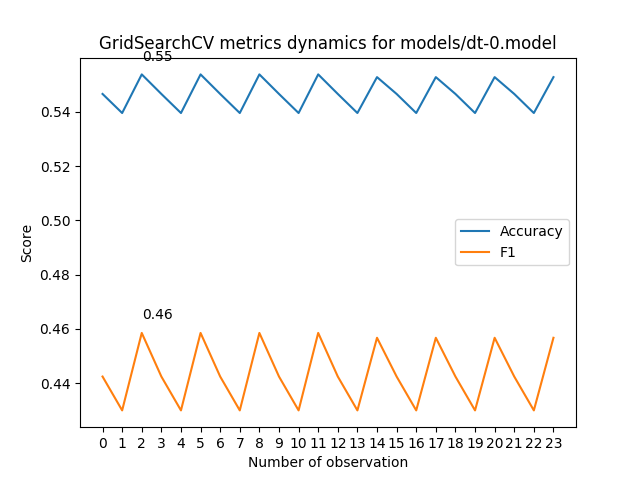
This is models/dt-0.model_metrics.png from AverHLV/diploma-computations, a Graphviz export, as it was before one commit. Its source is kept beside it as models/dt-0.model.dot.
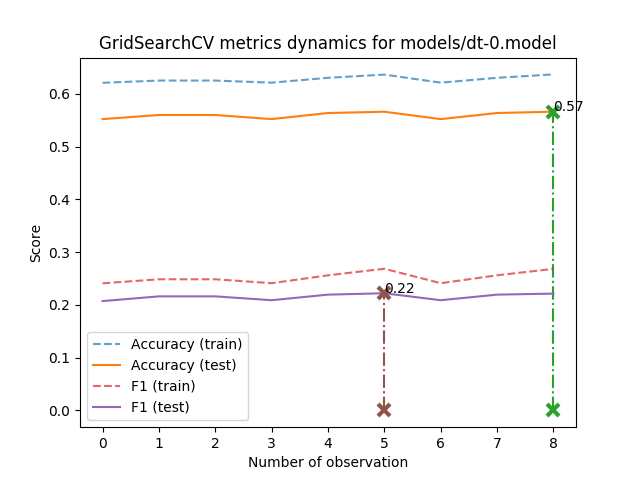
The same diagram one commit later.

Change to the diagram source:
```diff
@@ -1,24 +1,56 @@
 digraph Tree {
 node [shape=box, style="filled", color="black"] ;
-0 [label="Topic <= 0.998\ngini = 0.558\nsamples = 12050\nvalue = [[28, 5120, 715, 4427, 1760]\n[325, 7298, 2446, 793, 1188]\n[150, 6582, 603, 4042, 673]\n...\n[17, 5640, 837, 3933, 1623]\n[8, 142, 67, 43, 11790]\n[18, 2011, 28, 7746, 2247]]", fillcolor="#fdf6f1"] ;
-1 [label="Екогрупа <= -2.261\ngini = 0.543\nsamples = 9284\nvalue = [[24, 4586, 558, 2730, 1386]\n[277, 5756, 1774, 541, 936]\n[127, 5773, 499, 2257, 628]\n...\n[17, 4938, 444, 2522, 1363]\n[7, 120, 39, 33, 9085]\n[17, 1802, 18, 5829, 1618]]", fillcolor="#f9e4d4"] ;
+0 [label="Topic <= 0.998\ngini = 0.558\nsamples = 12050\nvalue = [[27, 5115, 697, 4463, 1748]\n[313, 7307, 2434, 832, 1164]\n[147, 6588, 593, 4038, 684]\n...\n[14, 5666, 817, 3946, 1607]\n[7, 134, 71, 48, 11790]\n[19, 2003, 30, 7761, 2237]]", fillcolor="#fefdfb"] ;
+1 [label="ОБ <= -0.369\ngini = 0.543\nsamples = 9275\nvalue = [[23, 4593, 551, 2731, 1377]\n[268, 5763, 1765, 559, 920]\n[130, 5793, 491, 2230, 631]\n...\n[14, 4959, 429, 2512, 1361]\n[6, 117, 41, 37, 9074]\n[18, 1797, 21, 5833, 1606]]", fillcolor="#fdf6f1"] ;
 0 -> 1 [labeldistance=2.5, labelangle=45, headlabel="True"] ;
-5 [label="gini = 0.494\nsamples = 486\nvalue = [[4, 117, 16, 224, 125]\n[0, 313, 65, 36, 72]\n[2, 150, 8, 273, 53]\n...\n[0, 127, 30, 199, 130]\n[0, 0, 0, 0, 486]\n[5, 18, 0, 37, 426]]", fillcolor="#eda978"] ;
+5 [label="Позафракційні <= -1.95\ngini = 0.533\nsamples = 2180\nvalue = [[8, 1226, 74, 457, 415]\n[39, 1458, 225, 157, 301]\n[28, 1345, 67, 482, 258]\n...\n[5, 1151, 83, 564, 377]\n[1, 13, 9, 1, 2156]\n[9, 337, 1, 1218, 615]]", fillcolor="#fcf2ea"] ;
 1 -> 5 ;
-6 [label="ОБ <= -0.236\ngini = 0.537\nsamples = 8798\nvalue = [[20, 4469, 542, 2506, 1261]\n[277, 5443, 1709, 505, 864]\n[125, 5623, 491, 1984, 575]\n...\n[17, 4811, 414, 2323, 1233]\n[7, 120, 39, 33, 8599]\n[12, 1784, 18, 5792, 1192]]", fillcolor="#f8ddc9"] ;
+7 [label="gini = 0.413\nsamples = 209\nvalue = [[2, 24, 2, 110, 71]\n[0, 115, 37, 35, 22]\n[1, 40, 6, 133, 29]\n...\n[0, 22, 6, 104, 77]\n[0, 0, 0, 0, 209]\n[0, 5, 0, 31, 173]]", fillcolor="#f2be99"] ;
+5 -> 7 ;
+8 [label="ВОБ <= -0.559\ngini = 0.517\nsamples = 1971\nvalue = [[6, 1202, 72, 347, 344]\n[39, 1343, 188, 122, 279]\n[27, 1305, 61, 349, 229]\n...\n[5, 1129, 77, 460, 300]\n[1, 13, 9, 1, 1947]\n[9, 332, 1, 1187, 442]]", fillcolor="#fbebdf"] ;
+5 -> 8 ;
+23 [label="gini = 0.529\nsamples = 448\nvalue = [[0, 231, 12, 110, 95]\n[8, 230, 37, 43, 130]\n[6, 246, 22, 130, 44]\n...\n[1, 212, 12, 167, 56]\n[0, 0, 0, 0, 448]\n[1, 82, 0, 284, 81]]", fillcolor="#fcf0e7"] ;
+8 -> 23 ;
+24 [label="gini = 0.497\nsamples = 1523\nvalue = [[6, 971, 60, 237, 249]\n[31, 1113, 151, 79, 149]\n[21, 1059, 39, 219, 185]\n...\n[4, 917, 65, 293, 244]\n[1, 13, 9, 1, 1499]\n[8, 250, 1, 903, 361]]", fillcolor="#f9e2d2"] ;
+8 -> 24 ;
+6 [label="Topic <= -1.596\ngini = 0.536\nsamples = 7095\nvalue = [[15, 3367, 477, 2274, 962]\n[229, 4305, 1540, 402, 619]\n[102, 4448, 424, 1748, 373]\n...\n[9, 3808, 346, 1948, 984]\n[5, 104, 32, 36, 6918]\n[9, 1460, 20, 4615, 991]]", fillcolor="#fdf3ec"] ;
 1 -> 6 ;
-7 [label="gini = 0.519\nsamples = 2114\nvalue = [[11, 1234, 105, 396, 368]\n[43, 1390, 243, 129, 309]\n[29, 1353, 81, 377, 274]\n...\n[9, 1197, 69, 510, 329]\n[2, 21, 9, 1, 2081]\n[6, 372, 0, 1357, 379]]", fillcolor="#f4c8a8"] ;
-6 -> 7 ;
-8 [label="Topic <= -1.596\ngini = 0.532\nsamples = 6684\nvalue = [[9, 3235, 437, 2110, 893]\n[234, 4053, 1466, 376, 555]\n[96, 4270, 410, 1607, 301]\n...\n[8, 3614, 345, 1813, 904]\n[5, 99, 30, 32, 6518]\n[6, 1412, 18, 4435, 813]]", fillcolor="#f7d7c0"] ;
-6 -> 8 ;
-9 [label="gini = 0.464\nsamples = 336\nvalue = [[2, 83, 62, 163, 26]\n[5, 253, 62, 8, 8]\n[0, 84, 65, 185, 2]\n...\n[1, 75, 84, 132, 44]\n[0, 23, 1, 16, 296]\n[0, 22, 0, 231, 83]]", fillcolor="#e6853f"] ;
-8 -> 9 ;
-10 [label="gini = 0.527\nsamples = 6348\nvalue = [[7, 3152, 375, 1947, 867]\n[229, 3800, 1404, 368, 547]\n[96, 4186, 345, 1422, 299]\n...\n[7, 3539, 261, 1681, 860]\n[5, 76, 29, 16, 6222]\n[6, 1390, 18, 4204, 730]]", fillcolor="#f5d0b6"] ;
-8 -> 10 ;
-2 [label="НФ <= -0.149\ngini = 0.527\nsamples = 2766\nvalue = [[4, 534, 157, 1697, 374]\n[48, 1542, 672, 252, 252]\n[23, 809, 104, 1785, 45]\n...\n[0, 702, 393, 1411, 260]\n[1, 22, 28, 10, 2705]\n[1, 209, 10, 1917, 629]]", fillcolor="#f5d0b6"] ;
+9 [label="gini = 0.469\nsamples = 320\nvalue = [[2, 88, 58, 151, 21]\n[5, 232, 61, 9, 13]\n[0, 81, 61, 175, 3]\n...\n[1, 79, 68, 133, 39]\n[0, 19, 1, 16, 284]\n[0, 22, 0, 223, 75]]", fillcolor="#f7d6bf"] ;
+6 -> 9 ;
+10 [label="НФ <= 0.753\ngini = 0.531\nsamples = 6775\nvalue = [[13, 3279, 419, 2123, 941]\n[224, 4073, 1479, 393, 606]\n[102, 4367, 363, 1573, 370]\n...\n[8, 3729, 278, 1815, 945]\n[5, 85, 31, 20, 6634]\n[9, 1438, 20, 4392, 916]]", fillcolor="#fcf1e9"] ;
+6 -> 10 ;
+13 [label="Екогрупа <= -1.414\ngini = 0.524\nsamples = 5148\nvalue = [[4, 2384, 282, 1761, 717]\n[130, 3231, 1124, 276, 387]\n[63, 3283, 259, 1252, 291]\n...\n[8, 2947, 215, 1460, 518]\n[3, 35, 20, 13, 5077]\n[5, 1133, 16, 3370, 624]]", fillcolor="#fbeee4"] ;
+10 -> 13 ;
+15 [label="gini = 0.485\nsamples = 267\nvalue = [[0, 84, 10, 132, 41]\n[4, 181, 40, 5, 37]\n[0, 98, 6, 159, 4]\n...\n[0, 89, 13, 131, 34]\n[0, 5, 0, 0, 262]\n[0, 17, 0, 96, 154]]", fillcolor="#f8ddca"] ;
+13 -> 15 ;
+16 [label="gini = 0.519\nsamples = 4881\nvalue = [[4, 2300, 272, 1629, 676]\n[126, 3050, 1084, 271, 350]\n[63, 3185, 253, 1093, 287]\n...\n[8, 2858, 202, 1329, 484]\n[3, 30, 20, 13, 4815]\n[5, 1116, 16, 3274, 470]]", fillcolor="#fbece0"] ;
+13 -> 16 ;
+14 [label="gini = 0.53\nsamples = 1627\nvalue = [[9, 895, 137, 362, 224]\n[94, 842, 355, 117, 219]\n[39, 1084, 104, 321, 79]\n...\n[0, 782, 63, 355, 427]\n[2, 50, 11, 7, 1557]\n[4, 305, 4, 1022, 292]]", fillcolor="#fcf0e8"] ;
+10 -> 14 ;
+2 [label="НФ <= -0.149\ngini = 0.524\nsamples = 2775\nvalue = [[4, 522, 146, 1732, 371]\n[45, 1544, 669, 273, 244]\n[17, 795, 102, 1808, 53]\n...\n[0, 707, 388, 1434, 246]\n[1, 17, 30, 11, 2716]\n[1, 206, 9, 1928, 631]]", fillcolor="#fbeee4"] ;
 0 -> 2 [labeldistance=2.5, labelangle=-45, headlabel="False"] ;
-3 [label="gini = 0.46\nsamples = 1845\nvalue = [[0, 150, 63, 1401, 231]\n[21, 971, 472, 210, 171]\n[2, 322, 45, 1455, 21]\n...\n[0, 334, 238, 1177, 96]\n[0, 2, 2, 1, 1840]\n[1, 65, 3, 1343, 433]]", fillcolor="#e58139"] ;
+3 [label="Topic <= 1.016\ngini = 0.458\nsamples = 1865\nvalue = [[0, 143, 60, 1430, 232]\n[23, 980, 470, 224, 168]\n[2, 318, 46, 1474, 25]\n...\n[0, 336, 234, 1204, 91]\n[0, 2, 1, 1, 1861]\n[1, 58, 3, 1357, 446]]", fillcolor="#f6d2b8"] ;
 2 -> 3 ;
-4 [label="gini = 0.565\nsamples = 921\nvalue = [[4, 384, 94, 296, 143]\n[27, 571, 200, 42, 81]\n[21, 487, 59, 330, 24]\n...\n[0, 368, 155, 234, 164]\n[1, 20, 26, 9, 865]\n[0, 144, 7, 574, 196]]", fillcolor="#ffffff"] ;
+11 [label="Екогрупа <= -0.566\ngini = 0.352\nsamples = 566\nvalue = [[0, 3, 28, 495, 40]\n[7, 391, 14, 102, 52]\n[0, 44, 9, 513, 0]\n...\n[0, 45, 142, 341, 38]\n[0, 0, 0, 0, 566]\n[0, 1, 0, 416, 149]]", fillcolor="#eca470"] ;
+3 -> 11 ;
+25 [label="gini = 0.271\nsamples = 187\nvalue = [[0, 1, 26, 160, 0]\n[2, 101, 2, 49, 33]\n[0, 0, 2, 185, 0]\n...\n[0, 7, 9, 134, 37]\n[0, 0, 0, 0, 187]\n[0, 0, 0, 40, 147]]", fillcolor="#e58139"] ;
+11 -> 25 ;
+26 [label="gini = 0.329\nsamples = 379\nvalue = [[0, 2, 2, 335, 40]\n[5, 290, 12, 53, 19]\n[0, 44, 7, 328, 0]\n...\n[0, 38, 133, 207, 1]\n[0, 0, 0, 0, 379]\n[0, 1, 0, 376, 2]]", fillcolor="#ea9a60"] ;
+11 -> 26 ;
+12 [label="Воля <= 0.475\ngini = 0.465\nsamples = 1299\nvalue = [[0, 140, 32, 935, 192]\n[16, 589, 456, 122, 116]\n[2, 274, 37, 961, 25]\n...\n[0, 291, 92, 863, 53]\n[0, 2, 1, 1, 1295]\n[1, 57, 3, 941, 297]]", fillcolor="#f6d5bc"] ;
+3 -> 12 ;
+19 [label="Екогрупа <= -1.837\ngini = 0.509\nsamples = 617\nvalue = [[0, 111, 20, 353, 133]\n[9, 363, 133, 46, 66]\n[2, 199, 27, 365, 24]\n...\n[0, 187, 51, 349, 30]\n[0, 2, 1, 1, 613]\n[1, 36, 0, 296, 284]]", fillcolor="#fae7da"] ;
+12 -> 19 ;
+21 [label="gini = 0.371\nsamples = 255\nvalue = [[0, 5, 1, 193, 56]\n[6, 107, 74, 20, 48]\n[0, 20, 4, 227, 4]\n...\n[0, 24, 13, 212, 6]\n[0, 0, 0, 0, 255]\n[1, 0, 0, 3, 251]]", fillcolor="#eeac7d"] ;
+19 -> 21 ;
+22 [label="gini = 0.516\nsamples = 362\nvalue = [[0, 106, 19, 160, 77]\n[3, 256, 59, 26, 18]\n[2, 179, 23, 138, 20]\n...\n[0, 163, 38, 137, 24]\n[0, 2, 1, 1, 358]\n[0, 36, 0, 293, 33]]", fillcolor="#fbeade"] ;
+19 -> 22 ;
+20 [label="gini = 0.383\nsamples = 682\nvalue = [[0, 29, 12, 582, 59]\n[7, 226, 323, 76, 50]\n[0, 75, 10, 596, 1]\n...\n[0, 104, 41, 514, 23]\n[0, 0, 0, 0, 682]\n[0, 21, 3, 645, 13]]", fillcolor="#efb185"] ;
+12 -> 20 ;
+4 [label="Topic <= 1.016\ngini = 0.564\nsamples = 910\nvalue = [[4, 379, 86, 302, 139]\n[22, 564, 199, 49, 76]\n[15, 477, 56, 334, 28]\n...\n[0, 371, 154, 230, 155]\n[1, 15, 29, 10, 855]\n[0, 148, 6, 571, 185]]", fillcolor="#ffffff"] ;
 2 -> 4 ;
+17 [label="gini = 0.281\nsamples = 96\nvalue = [[0, 24, 22, 46, 4]\n[1, 76, 1, 6, 12]\n[0, 4, 0, 92, 0]\n...\n[0, 8, 66, 22, 0]\n[0, 0, 0, 0, 96]\n[0, 0, 0, 34, 62]]", fillcolor="#e68540"] ;
+4 -> 17 ;
+18 [label="gini = 0.559\nsamples = 814\nvalue = [[4, 355, 64, 256, 135]\n[21, 488, 198, 43, 64]\n[15, 473, 56, 242, 28]\n...\n[0, 363, 88, 208, 155]\n[1, 15, 29, 10, 759]\n[0, 148, 6, 537, 123]]", fillcolor="#fffdfc"] ;
+4 -> 18 ;
 }
```
